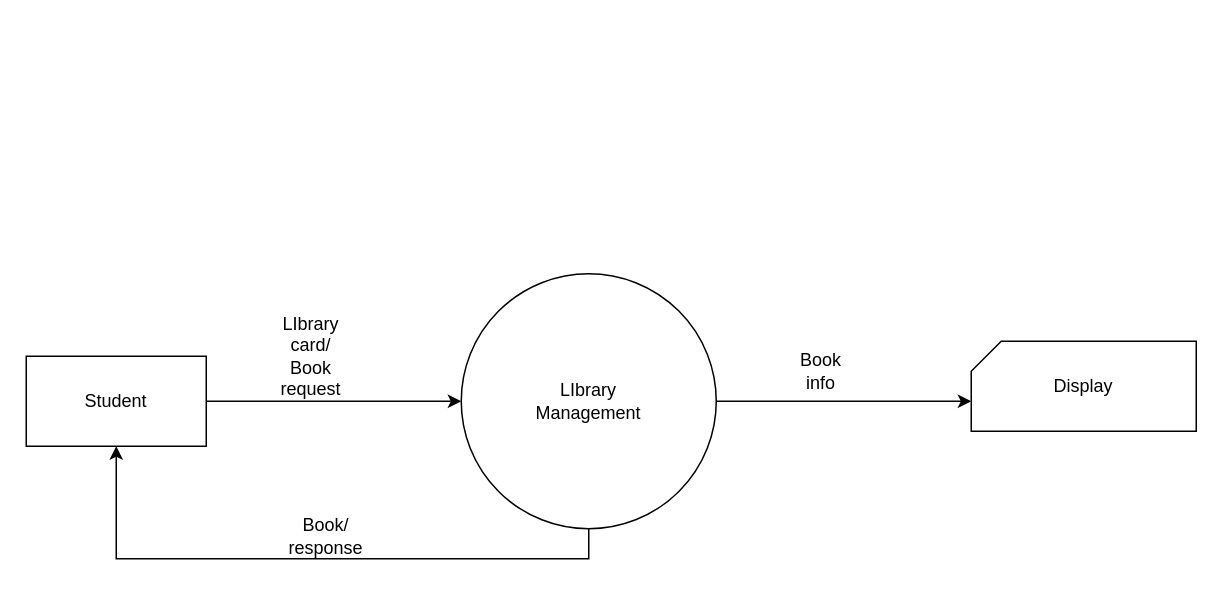
rishabacharya/dfd keeps this draw.io diagram as dfds/Level 1 Library Management System.drawio. Above is the earlier version. Source tidied: cells renumbered, new cells numbered last; positions are measured from the earlier drawing's top-left corner, leaving out a move shared by most shapes. Both pictures are drawn from the tidied source at 150%, with x=0, y=0 at pixel (26, 273).
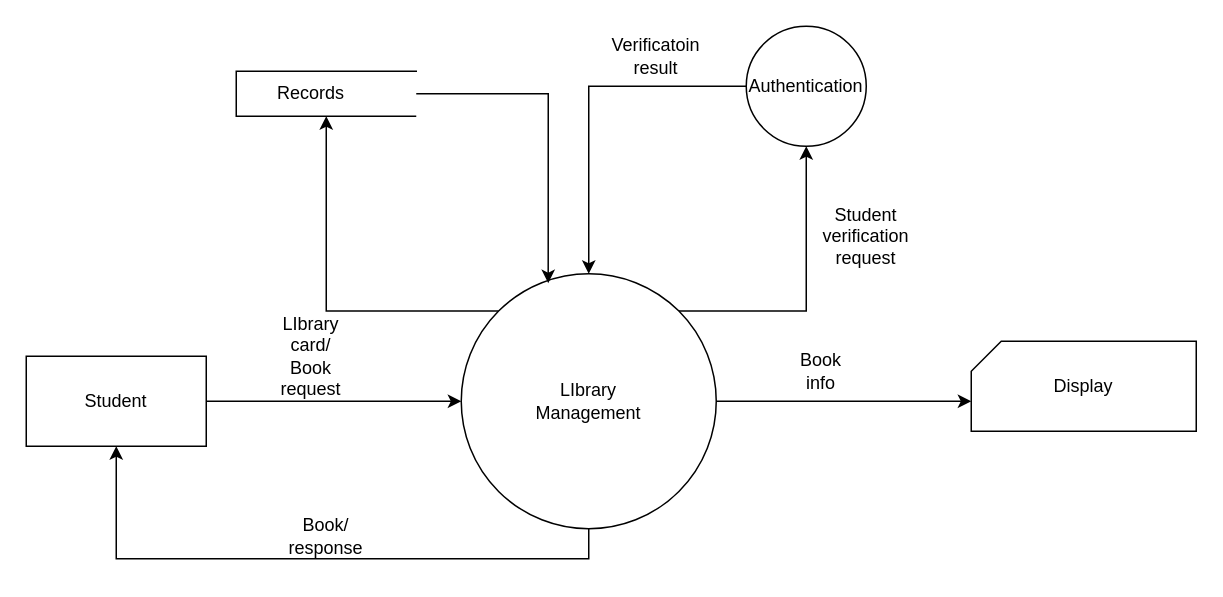
After the change.

Unchanged cells that the change refers to:
```xml
<mxCell id="7" style="ellipse;whiteSpace=wrap;html=1;" parent="1" vertex="1">
  <mxGeometry x="290" width="170" height="170" as="geometry" />
</mxCell>
```

Diff of the diagram source:
```diff
@@
+    <mxCell id="14" style="edgeStyle=orthogonalEdgeStyle;rounded=0;jettySize=auto;html=1;exitX=1;exitY=0;exitDx=0;exitDy=0;entryX=0.5;entryY=1;entryDx=0;entryDy=0;" parent="1" edge="1" source="7" target="17">
+      <mxGeometry relative="1" as="geometry" />
+    </mxCell>
+    <mxCell id="15" style="edgeStyle=orthogonalEdgeStyle;rounded=0;jettySize=auto;html=1;exitX=0;exitY=0;exitDx=0;exitDy=0;entryX=0.5;entryY=1;entryDx=0;entryDy=0;" parent="1" edge="1" source="7" target="22">
+      <mxGeometry relative="1" as="geometry" />
+    </mxCell>
@@
+    <mxCell id="16" style="edgeStyle=orthogonalEdgeStyle;rounded=0;jettySize=auto;html=1;entryX=0.5;entryY=0;entryDx=0;entryDy=0;" parent="1" edge="1" source="17" target="7">
+      <mxGeometry relative="1" as="geometry" />
+    </mxCell>
+    <mxCell id="17" style="ellipse;whiteSpace=wrap;html=1;" parent="1" vertex="1">
+      <mxGeometry x="480" y="-165" width="80" height="80" as="geometry" />
+    </mxCell>
+    <mxCell id="18" value="Authentication" style="text;html=1;strokeColor=none;fillColor=none;align=center;verticalAlign=middle;whiteSpace=wrap;rounded=0;" parent="1" vertex="1">
+      <mxGeometry x="500" y="-135" width="40" height="20" as="geometry" />
+    </mxCell>
+    <mxCell id="19" value="Verificatoin result" style="text;html=1;strokeColor=none;fillColor=none;align=center;verticalAlign=middle;whiteSpace=wrap;rounded=0;" parent="1" vertex="1">
+      <mxGeometry x="400" y="-155" width="40" height="20" as="geometry" />
+    </mxCell>
+    <mxCell id="20" value="Student verification request" style="text;html=1;strokeColor=none;fillColor=none;align=center;verticalAlign=middle;whiteSpace=wrap;rounded=0;" parent="1" vertex="1">
+      <mxGeometry x="540" y="-35" width="40" height="20" as="geometry" />
+    </mxCell>
+    <mxCell id="21" style="edgeStyle=orthogonalEdgeStyle;rounded=0;jettySize=auto;html=1;entryX=0.341;entryY=0.037;entryDx=0;entryDy=0;entryPerimeter=0;" parent="1" edge="1" source="22" target="7">
+      <mxGeometry relative="1" as="geometry" />
+    </mxCell>
+    <mxCell id="22" style="shape=partialRectangle;whiteSpace=wrap;html=1;bottom=0;right=0;fillColor=none;" parent="1" vertex="1">
+      <mxGeometry x="140" y="-135" width="120" height="30" as="geometry" />
+    </mxCell>
+    <mxCell id="23" style="endArrow=none;html=1;rounded=0;" parent="1" edge="1">
+      <mxGeometry relative="1" as="geometry">
+        <mxPoint x="140" y="-105" as="sourcePoint" />
+        <mxPoint x="260" y="-105" as="targetPoint" />
+      </mxGeometry>
+    </mxCell>
+    <mxCell id="24" value="Records" style="text;html=1;strokeColor=none;fillColor=none;align=center;verticalAlign=middle;whiteSpace=wrap;rounded=0;" parent="1" vertex="1">
+      <mxGeometry x="170" y="-130" width="40" height="20" as="geometry" />
+    </mxCell>
```
